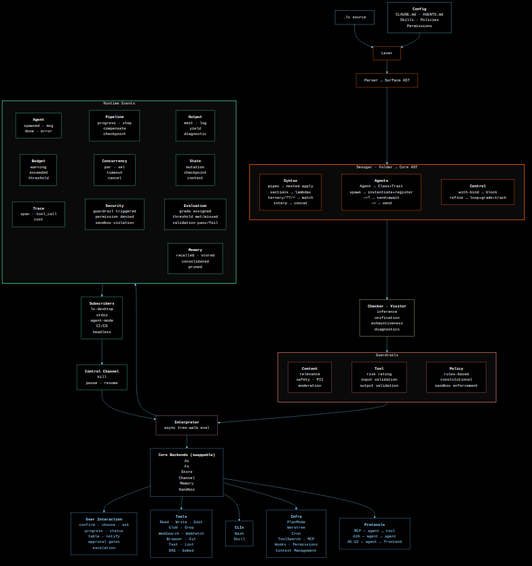
Distortedlogic/lx keeps this Mermaid diagram as DIAGRAM.png. Above is the earlier version. Its source is kept beside it as DIAGRAM.mmd.
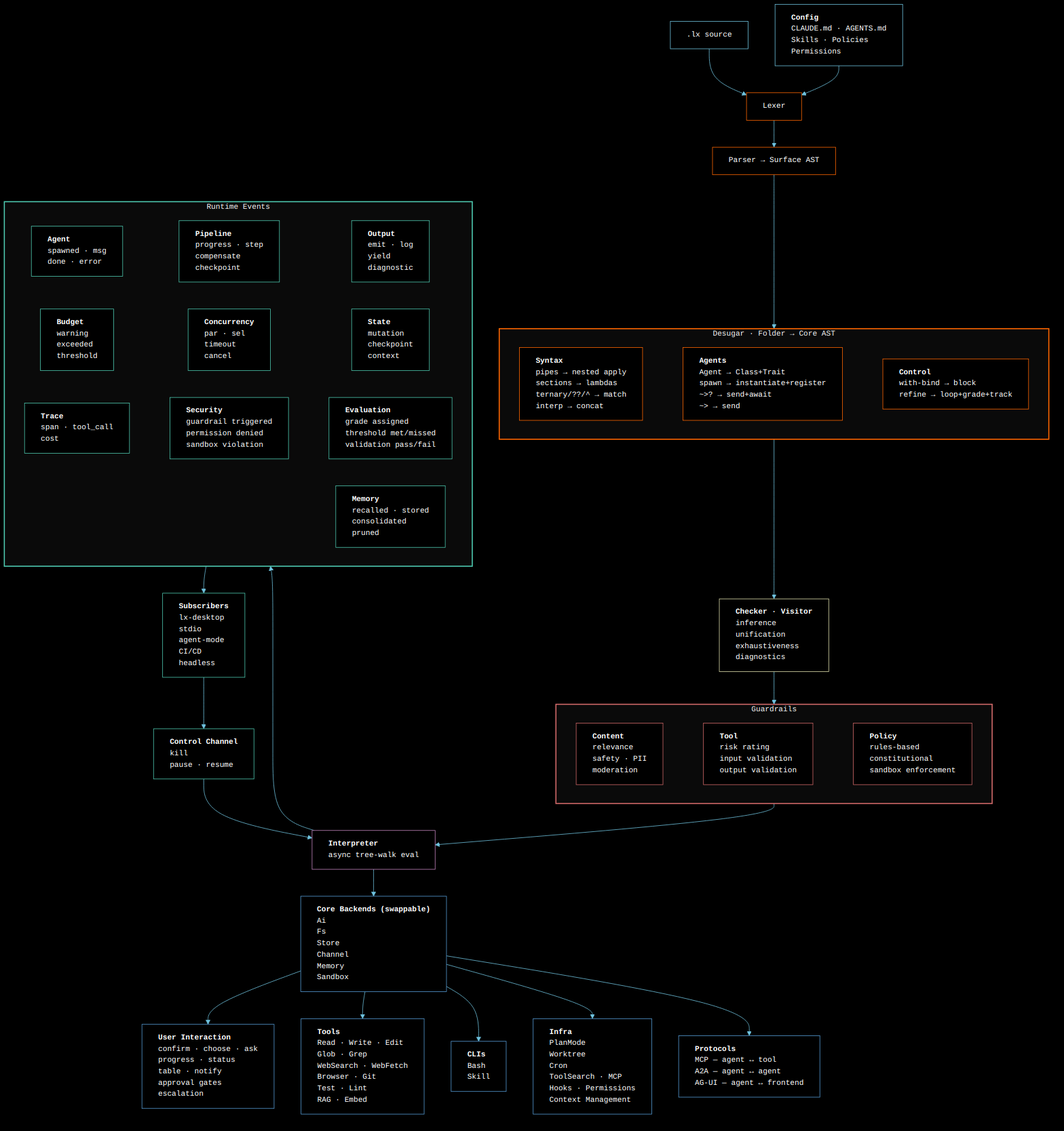
After the commit.

Change to the diagram source:
```diff
@@ -150,14 +150,6 @@
 pause · resume`"]:::teal
     control --> interpreter
 
-    classDef orange stroke:#ff6600
-    classDef yellow stroke:#dcdcaa
-    classDef red stroke:#d16969
-    classDef purple stroke:#c586c0
-    classDef blue stroke:#569cd6
-    classDef bluelight stroke:#569cd6,color:#9cdcfe
-    classDef teal stroke:#4ec9b0
-
     style desugars stroke:#ff6600,stroke-width:2px
     style guardrails stroke:#d16969,stroke-width:2px
     style events stroke:#4ec9b0,stroke-width:2px
```
